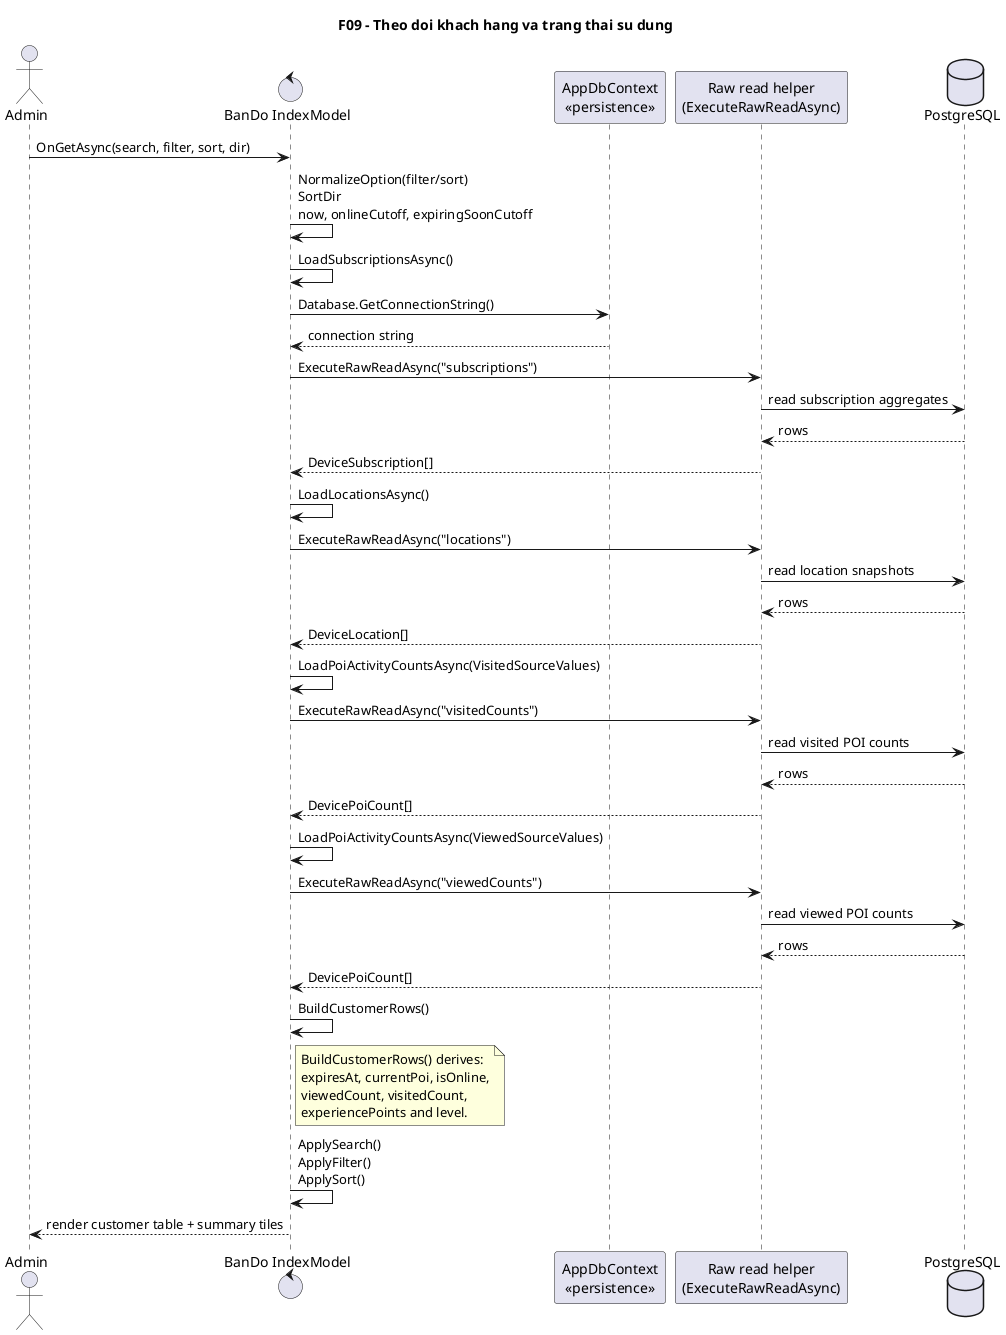
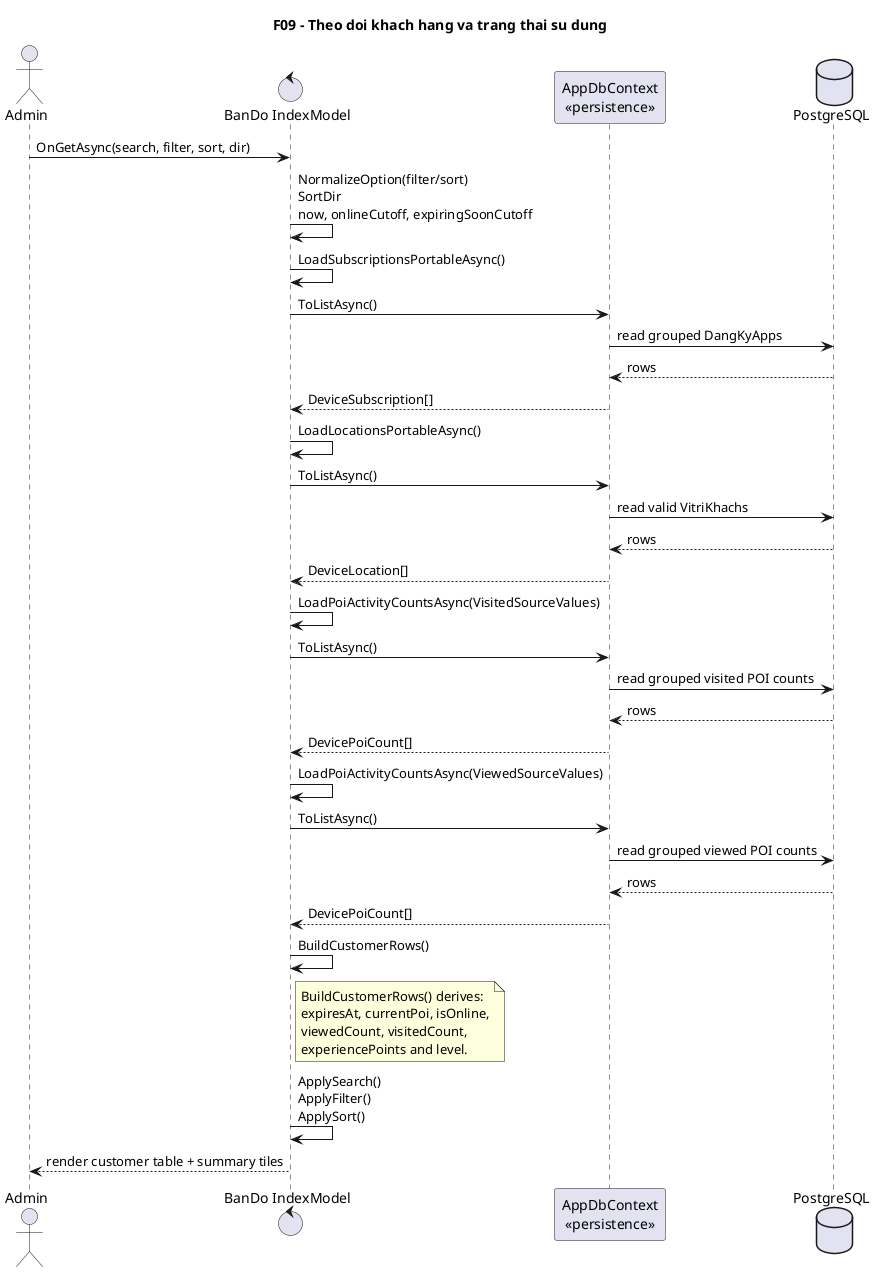
@startuml
' Diagram: F09 - Theo doi khach hang va trang thai su dung (Sequence)
' Status: VERIFIED
- ' Baseline: branch master, current worktree @ HEAD 0121e4f
+ ' Baseline: HEAD 8ca9ec7
' Source:
- ' - VinhKhanhTour.CMS/Pages/BanDo/Index.cshtml.cs: OnGetAsync(), LoadSubscriptionsAsync(), LoadLocationsAsync(), LoadPoiActivityCountsAsync(), ExecuteRawReadAsync(), BuildCustomerRows(), ApplySearch(), ApplyFilter(), ApplySort()
+ ' - VinhKhanhTour.CMS/Pages/BanDo/Index.cshtml.cs: OnGetAsync(), LoadSubscriptionsPortableAsync(), LoadLocationsPortableAsync(), LoadPoiActivityCountsAsync(), BuildCustomerRows(), ApplySearch(), ApplyFilter(), ApplySort()
' - VinhKhanhTour.CMS/Pages/BanDo/Index.cshtml
' - VinhKhanhTour.API/Data/AppDbContext.cs
- ' Note: Sequence cap nhat theo BanDo hien tai: render server-side, tong hop du lieu dang ky/vi tri/lich su o cap helper method, chi lay toa do hop le trong vung phuc vu.
- ' Note: Sequence khong liet ke cau SQL; chi the hien cac ham doc du lieu va xu ly tong hop trong IndexModel.
+ ' Note: Sequence cap nhat theo BanDo hien tai: render server-side, helper portable EF la luong chinh; raw helper van ton tai trong file nhung khong phai path chinh.
+ ' Note: Sequence khong liet ke cau SQL; chi the hien owner method cua IndexModel va thao tac persistence chinh.
title F09 - Theo doi khach hang va trang thai su dung

actor Admin
control "BanDo IndexModel" as IndexModel
participant "AppDbContext\n<<persistence>>" as DbContext
- participant "Raw read helper\n(ExecuteRawReadAsync)" as RawRead
database "PostgreSQL" as DB

Admin -> IndexModel: OnGetAsync(search, filter, sort, dir)
IndexModel -> IndexModel: NormalizeOption(filter/sort)\nSortDir\nnow, onlineCutoff, expiringSoonCutoff

- IndexModel -> IndexModel: LoadSubscriptionsAsync()
- IndexModel -> DbContext: Database.GetConnectionString()
- DbContext --> IndexModel: connection string
- IndexModel -> RawRead: ExecuteRawReadAsync("subscriptions")
- RawRead -> DB: read subscription aggregates
- DB --> RawRead: rows
- RawRead --> IndexModel: DeviceSubscription[]
+ IndexModel -> IndexModel: LoadSubscriptionsPortableAsync()
+ IndexModel -> DbContext: ToListAsync()
+ DbContext -> DB: read grouped DangKyApps
+ DB --> DbContext: rows
+ DbContext --> IndexModel: DeviceSubscription[]

- IndexModel -> IndexModel: LoadLocationsAsync()
- IndexModel -> RawRead: ExecuteRawReadAsync("locations")
- RawRead -> DB: read location snapshots
- DB --> RawRead: rows
- RawRead --> IndexModel: DeviceLocation[]
+ IndexModel -> IndexModel: LoadLocationsPortableAsync()
+ IndexModel -> DbContext: ToListAsync()
+ DbContext -> DB: read valid VitriKhachs
+ DB --> DbContext: rows
+ DbContext --> IndexModel: DeviceLocation[]

IndexModel -> IndexModel: LoadPoiActivityCountsAsync(VisitedSourceValues)
- IndexModel -> RawRead: ExecuteRawReadAsync("visitedCounts")
- RawRead -> DB: read visited POI counts
- DB --> RawRead: rows
- RawRead --> IndexModel: DevicePoiCount[]
+ IndexModel -> DbContext: ToListAsync()
+ DbContext -> DB: read grouped visited POI counts
+ DB --> DbContext: rows
+ DbContext --> IndexModel: DevicePoiCount[]

IndexModel -> IndexModel: LoadPoiActivityCountsAsync(ViewedSourceValues)
- IndexModel -> RawRead: ExecuteRawReadAsync("viewedCounts")
- RawRead -> DB: read viewed POI counts
- DB --> RawRead: rows
- RawRead --> IndexModel: DevicePoiCount[]
+ IndexModel -> DbContext: ToListAsync()
+ DbContext -> DB: read grouped viewed POI counts
+ DB --> DbContext: rows
+ DbContext --> IndexModel: DevicePoiCount[]

IndexModel -> IndexModel: BuildCustomerRows()
note right of IndexModel
  BuildCustomerRows() derives:
  expiresAt, currentPoi, isOnline,
  viewedCount, visitedCount,
  experiencePoints and level.
end note
IndexModel -> IndexModel: ApplySearch()\nApplyFilter()\nApplySort()
IndexModel --> Admin: render customer table + summary tiles
@enduml
